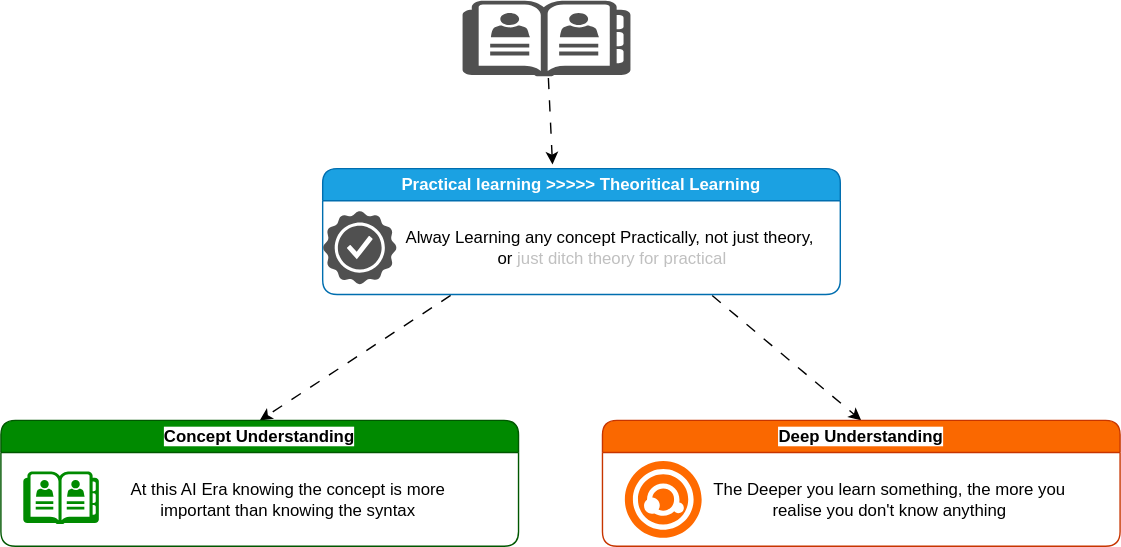
Earlier version of the draw.io export assets/concept.svg (knkrn5/Programming-Concepts). Source tidied: cells renumbered, new cells last; positions are measured from the earlier drawing's top-left corner, leaving out a move shared by most shapes. Source of this version:
```xml
<mxGraphModel>
  <root>
    <mxCell id="0" />
    <mxCell id="1" parent="0" />
    <mxCell id="2" style="sketch=0;shadow=0;dashed=0;html=1;strokeColor=none;fillColor=#505050;labelPosition=center;verticalLabelPosition=bottom;verticalAlign=top;outlineConnect=0;align=center;shape=mxgraph.office.concepts.address_book;" parent="1" vertex="1">
      <mxGeometry x="330" width="120" height="54" as="geometry" />
    </mxCell>
    <mxCell id="3" style="edgeStyle=none;html=1;exitX=0.25;exitY=1;exitDx=0;exitDy=0;entryX=0.5;entryY=0;entryDx=0;entryDy=0;flowAnimation=1;" parent="1" edge="1" source="5" target="11">
      <mxGeometry relative="1" as="geometry" />
    </mxCell>
    <mxCell id="4" style="edgeStyle=none;html=1;exitX=0.75;exitY=1;exitDx=0;exitDy=0;entryX=0.5;entryY=0;entryDx=0;entryDy=0;flowAnimation=1;" parent="1" edge="1" source="5" target="8">
      <mxGeometry relative="1" as="geometry" />
    </mxCell>
    <mxCell id="5" value="&lt;span style=&quot;text-wrap-mode: nowrap;&quot;&gt;&lt;font style=&quot;color: light-dark(rgb(255, 255, 255), rgb(0, 0, 0));&quot;&gt;Practical learning &amp;gt;&amp;gt;&amp;gt;&amp;gt;&amp;gt; Theoritical Learning&lt;/font&gt;&lt;/span&gt;" style="swimlane;whiteSpace=wrap;html=1;rounded=1;fillColor=#1ba1e2;fontColor=#ffffff;strokeColor=#006EAF;" parent="1" vertex="1">
      <mxGeometry x="230" y="120" width="370" height="90" as="geometry" />
    </mxCell>
    <mxCell id="6" style="sketch=0;shadow=0;dashed=0;html=1;strokeColor=none;fillColor=#505050;labelPosition=center;verticalLabelPosition=bottom;verticalAlign=top;align=center;shape=mxgraph.office.concepts.best_practices;" parent="5" vertex="1">
      <mxGeometry y="30" width="53" height="53" as="geometry" />
    </mxCell>
    <mxCell id="7" value="Alway Learning any concept Practically, not just theory,&lt;div&gt;&amp;nbsp;&lt;font style=&quot;color: light-dark(rgb(0, 0, 0), rgb(255, 255, 255));&quot;&gt;or&lt;/font&gt;&amp;nbsp;&lt;span style=&quot;background-color: transparent;&quot;&gt;&lt;font style=&quot;color: light-dark(rgb(192, 192, 192), rgb(255, 255, 255));&quot;&gt;just ditch theory for practical&lt;/font&gt;&lt;/span&gt;&lt;/div&gt;" style="text;html=1;align=center;verticalAlign=middle;strokeColor=none;fillColor=none;" parent="5" vertex="1">
      <mxGeometry x="45" y="36.5" width="320" height="40" as="geometry" />
    </mxCell>
    <mxCell id="8" value="&lt;font style=&quot;color: light-dark(rgb(0, 0, 0), rgb(255, 255, 255));&quot;&gt;&lt;span style=&quot;text-wrap-mode: nowrap; background-color: light-dark(#ffffff, var(--ge-dark-color, #121212));&quot;&gt;Deep Understanding&lt;/span&gt;&lt;/font&gt;" style="swimlane;whiteSpace=wrap;html=1;rounded=1;fillColor=#fa6800;fontColor=#000000;strokeColor=#C73500;" parent="1" vertex="1">
      <mxGeometry x="430" y="300" width="370" height="90" as="geometry" />
    </mxCell>
    <mxCell id="9" value="The Deeper you learn something, the more you&lt;div&gt;&lt;font style=&quot;color: light-dark(rgb(0, 0, 0), rgb(255, 255, 255));&quot;&gt;realise you don't know anything&lt;/font&gt;&lt;/div&gt;" style="text;html=1;align=center;verticalAlign=middle;strokeColor=none;fillColor=none;" parent="8" vertex="1">
      <mxGeometry x="70" y="36.5" width="270" height="40" as="geometry" />
    </mxCell>
    <mxCell id="10" style="html=1;align=center;shadow=0;dashed=0;fillColor=#FF6A00;strokeColor=none;shape=mxgraph.alibaba_cloud.avds_vulnerability_db_scanning;" parent="8" vertex="1">
      <mxGeometry x="16" y="29.1" width="54.9" height="54.9" as="geometry" />
    </mxCell>
    <mxCell id="11" value="&lt;font style=&quot;color: light-dark(rgb(0, 0, 0), rgb(255, 255, 255));&quot;&gt;&lt;span style=&quot;text-wrap-mode: nowrap; background-color: light-dark(#ffffff, var(--ge-dark-color, #121212));&quot;&gt;Concept Understanding&lt;/span&gt;&lt;/font&gt;" style="swimlane;whiteSpace=wrap;html=1;rounded=1;fillColor=#008a00;fontColor=#ffffff;strokeColor=#005700;" parent="1" vertex="1">
      <mxGeometry y="300" width="370" height="90" as="geometry" />
    </mxCell>
    <mxCell id="12" value="At this AI Era knowing the concept is more&lt;div&gt;&lt;font style=&quot;color: light-dark(rgb(0, 0, 0), rgb(255, 255, 255));&quot;&gt;important than knowing the syntax&lt;/font&gt;&lt;/div&gt;" style="text;html=1;align=center;verticalAlign=middle;strokeColor=none;fillColor=none;" parent="11" vertex="1">
      <mxGeometry x="80" y="36.5" width="250" height="40" as="geometry" />
    </mxCell>
    <mxCell id="13" style="sketch=0;shadow=0;dashed=0;html=1;strokeColor=none;fillColor=#008a00;labelPosition=center;verticalLabelPosition=bottom;verticalAlign=top;align=center;shape=mxgraph.office.concepts.address_book;" parent="11" vertex="1">
      <mxGeometry x="16" y="36.5" width="54" height="37.5" as="geometry" />
    </mxCell>
    <mxCell id="14" style="endArrow=classic;html=1;entryX=0.444;entryY=-0.033;entryDx=0;entryDy=0;entryPerimeter=0;flowAnimation=1;" parent="1" edge="1" source="2" target="5">
      <mxGeometry relative="1" as="geometry" />
    </mxCell>
  </root>
</mxGraphModel>
```
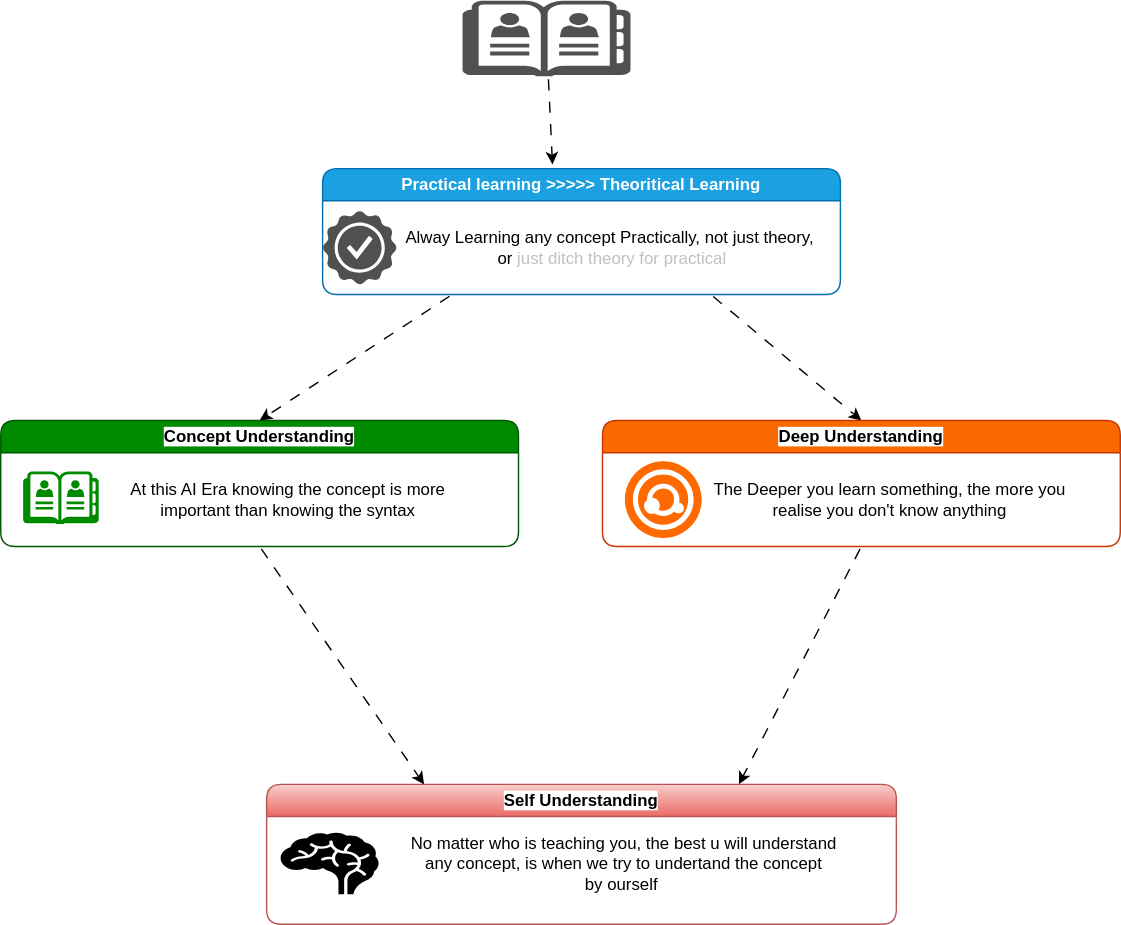
The same diagram one commit later.

The edit, as a diff of the source:
```diff
@@ -20,6 +20,9 @@
     <mxCell id="7" value="Alway Learning any concept Practically, not just theory,&lt;div&gt;&amp;nbsp;&lt;font style=&quot;color: light-dark(rgb(0, 0, 0), rgb(255, 255, 255));&quot;&gt;or&lt;/font&gt;&amp;nbsp;&lt;span style=&quot;background-color: transparent;&quot;&gt;&lt;font style=&quot;color: light-dark(rgb(192, 192, 192), rgb(255, 255, 255));&quot;&gt;just ditch theory for practical&lt;/font&gt;&lt;/span&gt;&lt;/div&gt;" style="text;html=1;align=center;verticalAlign=middle;strokeColor=none;fillColor=none;" parent="5" vertex="1">
       <mxGeometry x="45" y="36.5" width="320" height="40" as="geometry" />
     </mxCell>
+    <mxCell id="15" style="edgeStyle=none;html=1;exitX=0.5;exitY=1;exitDx=0;exitDy=0;entryX=0.75;entryY=0;entryDx=0;entryDy=0;flowAnimation=1;" parent="1" edge="1" source="8" target="16">
+      <mxGeometry relative="1" as="geometry" />
+    </mxCell>
     <mxCell id="8" value="&lt;font style=&quot;color: light-dark(rgb(0, 0, 0), rgb(255, 255, 255));&quot;&gt;&lt;span style=&quot;text-wrap-mode: nowrap; background-color: light-dark(#ffffff, var(--ge-dark-color, #121212));&quot;&gt;Deep Understanding&lt;/span&gt;&lt;/font&gt;" style="swimlane;whiteSpace=wrap;html=1;rounded=1;fillColor=#fa6800;fontColor=#000000;strokeColor=#C73500;" parent="1" vertex="1">
       <mxGeometry x="430" y="300" width="370" height="90" as="geometry" />
     </mxCell>
@@ -29,6 +32,18 @@
     <mxCell id="10" style="html=1;align=center;shadow=0;dashed=0;fillColor=#FF6A00;strokeColor=none;shape=mxgraph.alibaba_cloud.avds_vulnerability_db_scanning;" parent="8" vertex="1">
       <mxGeometry x="16" y="29.1" width="54.9" height="54.9" as="geometry" />
     </mxCell>
+    <mxCell id="16" value="&lt;font style=&quot;color: light-dark(rgb(0, 0, 0), rgb(255, 255, 255));&quot;&gt;&lt;span style=&quot;text-wrap-mode: nowrap; background-color: light-dark(#ffffff, var(--ge-dark-color, #121212));&quot;&gt;Self Understanding&lt;/span&gt;&lt;/font&gt;" style="swimlane;whiteSpace=wrap;html=1;rounded=1;fillColor=#f8cecc;strokeColor=#b85450;gradientColor=#ea6b66;" parent="1" vertex="1">
+      <mxGeometry x="190" y="560" width="450" height="100" as="geometry" />
+    </mxCell>
+    <mxCell id="17" value="No matter who is teaching you, the best u will understand&lt;div&gt;any concept, is when we try to undertand the concept&lt;/div&gt;&lt;div&gt;by ourself&amp;nbsp;&lt;/div&gt;" style="text;html=1;align=center;verticalAlign=middle;strokeColor=none;fillColor=none;" parent="16" vertex="1">
+      <mxGeometry x="90" y="26.5" width="330" height="60" as="geometry" />
+    </mxCell>
+    <mxCell id="18" style="shape=mxgraph.signs.healthcare.brain;html=1;fillColor=light-dark(#000000,#00FFFF);strokeColor=none;verticalLabelPosition=bottom;verticalAlign=top;align=center;" parent="16" vertex="1">
+      <mxGeometry x="10" y="34.5" width="70" height="44" as="geometry" />
+    </mxCell>
+    <mxCell id="19" style="edgeStyle=none;html=1;exitX=0.5;exitY=1;exitDx=0;exitDy=0;entryX=0.25;entryY=0;entryDx=0;entryDy=0;flowAnimation=1;" parent="1" edge="1" source="11" target="16">
+      <mxGeometry relative="1" as="geometry" />
+    </mxCell>
     <mxCell id="11" value="&lt;font style=&quot;color: light-dark(rgb(0, 0, 0), rgb(255, 255, 255));&quot;&gt;&lt;span style=&quot;text-wrap-mode: nowrap; background-color: light-dark(#ffffff, var(--ge-dark-color, #121212));&quot;&gt;Concept Understanding&lt;/span&gt;&lt;/font&gt;" style="swimlane;whiteSpace=wrap;html=1;rounded=1;fillColor=#008a00;fontColor=#ffffff;strokeColor=#005700;" parent="1" vertex="1">
       <mxGeometry y="300" width="370" height="90" as="geometry" />
     </mxCell>
```
